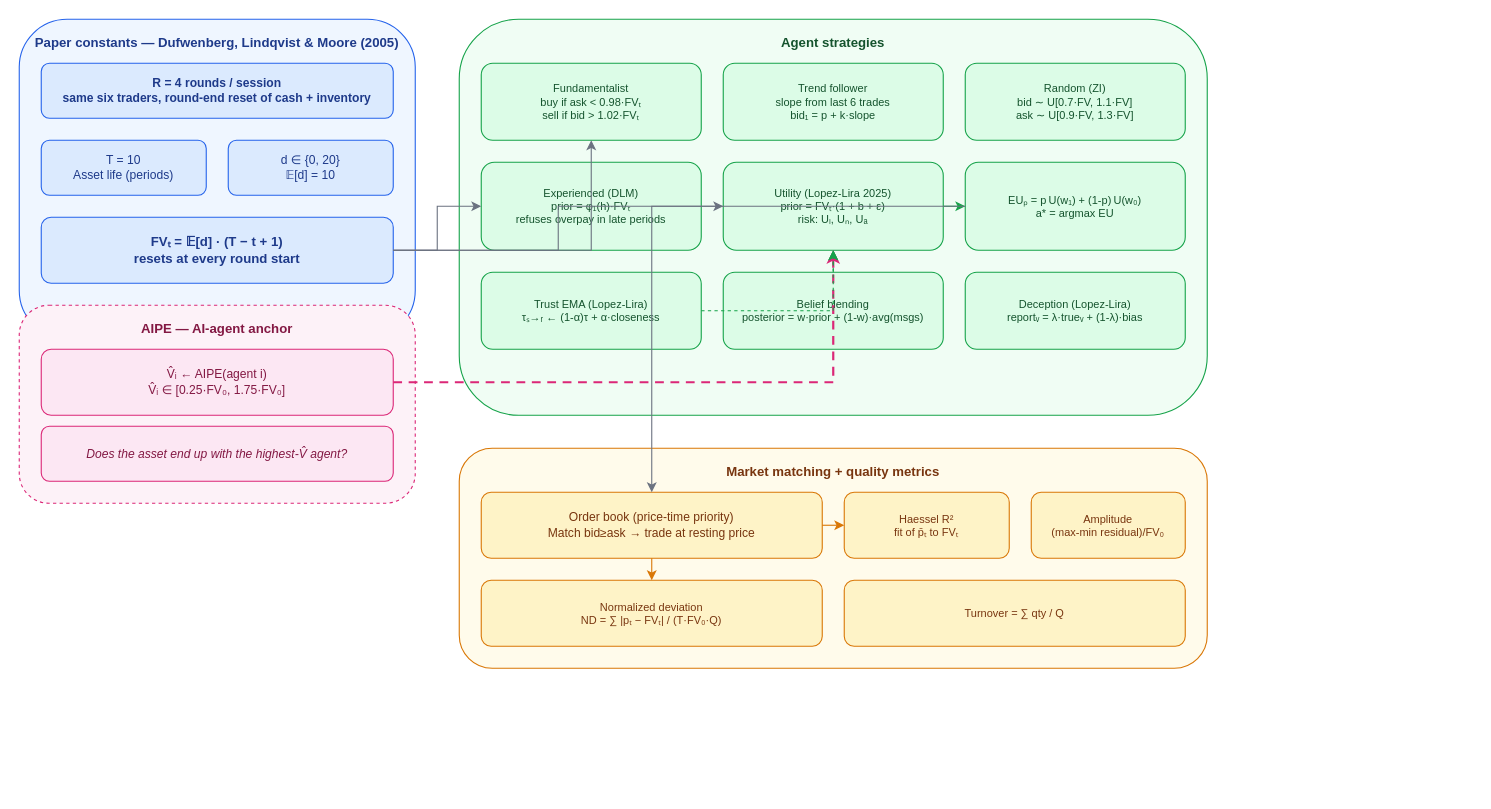
The draw.io diagram architecture.drawio in Mon-ius/bubble, before the edit. Source tidied: cells renumbered, new cells numbered last; positions are measured from the earlier drawing's top-left corner, leaving out a move shared by most shapes. Both pictures are drawn from the tidied source at 110%, with x=0, y=0 at pixel (19, 19).
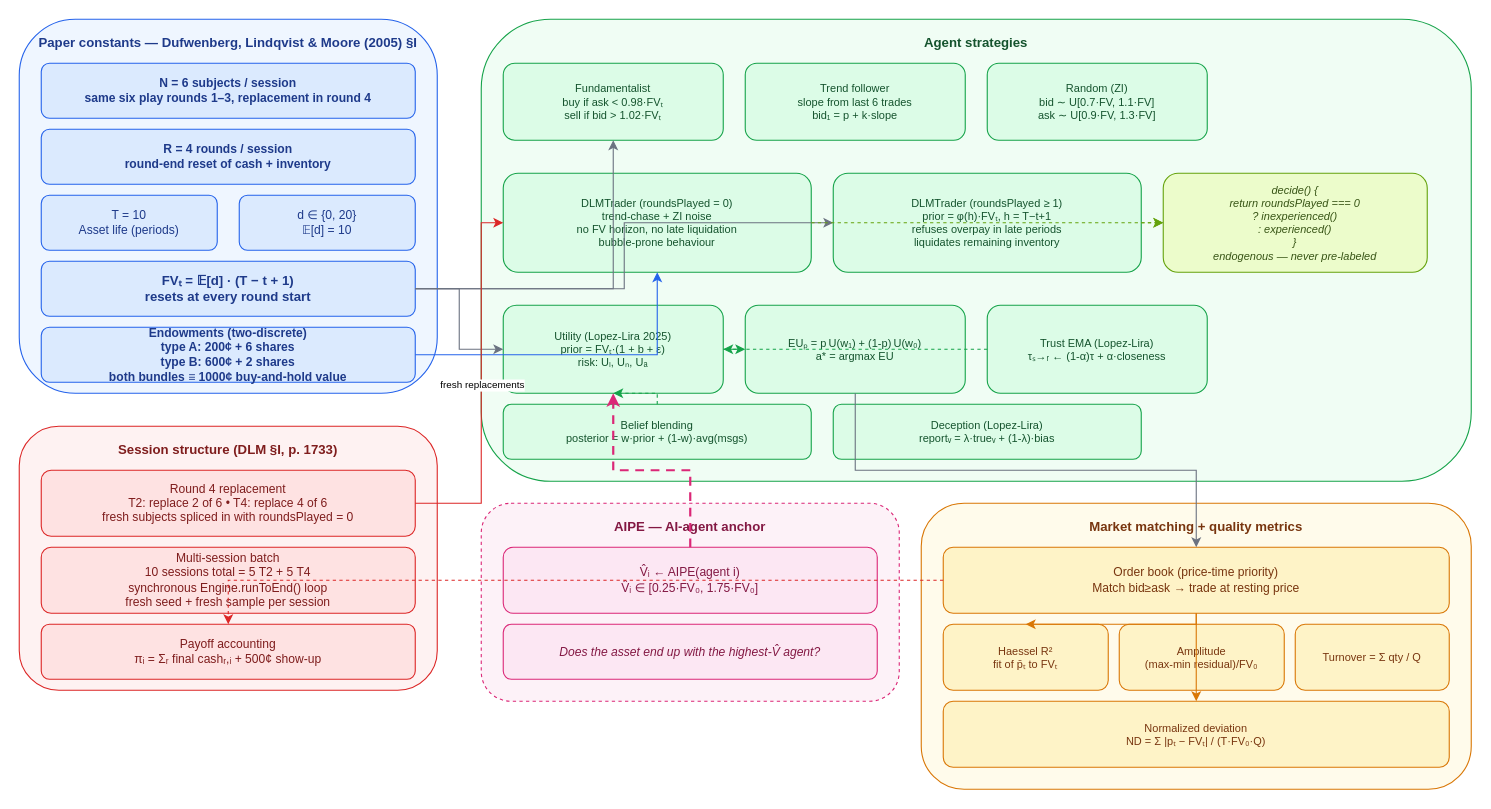
The same diagram, later.

What changed in the source:
```diff
@@
-    <mxCell id="2" value="Paper constants — Dufwenberg, Lindqvist &amp; Moore (2005)" style="rounded=1;whiteSpace=wrap;html=1;fillColor=#eff6ff;strokeColor=#2563eb;fontColor=#1e3a8a;fontStyle=1;fontSize=12;verticalAlign=top;spacingTop=8;" parent="1" vertex="1">
-      <mxGeometry width="360" height="290" as="geometry" />
+    <mxCell id="2" value="Paper constants — Dufwenberg, Lindqvist &amp; Moore (2005) §I" style="rounded=1;whiteSpace=wrap;html=1;fillColor=#eff6ff;strokeColor=#2563eb;fontColor=#1e3a8a;fontStyle=1;fontSize=12;verticalAlign=top;spacingTop=8;" parent="1" vertex="1">
+      <mxGeometry width="380" height="340" as="geometry" />
     </mxCell>
+    <mxCell id="36" value="N = 6 subjects / session&#10;same six play rounds 1–3, replacement in round 4" style="rounded=1;whiteSpace=wrap;html=1;fillColor=#dbeafe;strokeColor=#2563eb;fontColor=#1e3a8a;fontStyle=1;fontSize=11;" parent="1" vertex="1">
+      <mxGeometry x="20" y="40" width="340" height="50" as="geometry" />
+    </mxCell>
-    <mxCell id="3" value="R = 4 rounds / session&#10;same six traders, round-end reset of cash + inventory" style="rounded=1;whiteSpace=wrap;html=1;fillColor=#dbeafe;strokeColor=#2563eb;fontColor=#1e3a8a;fontStyle=1;fontSize=11;" parent="1" vertex="1">
-      <mxGeometry x="20" y="40" width="320" height="50" as="geometry" />
+    <mxCell id="3" value="R = 4 rounds / session&#10;round-end reset of cash + inventory" style="rounded=1;whiteSpace=wrap;html=1;fillColor=#dbeafe;strokeColor=#2563eb;fontColor=#1e3a8a;fontStyle=1;fontSize=11;" parent="1" vertex="1">
+      <mxGeometry x="20" y="100" width="340" height="50" as="geometry" />
     </mxCell>
     <mxCell id="4" value="T = 10&#10;Asset life (periods)" style="rounded=1;whiteSpace=wrap;html=1;fillColor=#dbeafe;strokeColor=#2563eb;fontColor=#1e3a8a;fontSize=11;" parent="1" vertex="1">
-      <mxGeometry x="20" y="110" width="150" height="50" as="geometry" />
+      <mxGeometry x="20" y="160" width="160" height="50" as="geometry" />
     </mxCell>
     <mxCell id="5" value="d ∈ {0, 20}&#10;𝔼[d] = 10" style="rounded=1;whiteSpace=wrap;html=1;fillColor=#dbeafe;strokeColor=#2563eb;fontColor=#1e3a8a;fontSize=11;" parent="1" vertex="1">
-      <mxGeometry x="190" y="110" width="150" height="50" as="geometry" />
+      <mxGeometry x="200" y="160" width="160" height="50" as="geometry" />
     </mxCell>
     <mxCell id="6" value="FVₜ = 𝔼[d] · (T − t + 1)&#10;resets at every round start" style="rounded=1;whiteSpace=wrap;html=1;fillColor=#dbeafe;strokeColor=#2563eb;fontColor=#1e3a8a;fontStyle=1;fontSize=12;" parent="1" vertex="1">
-      <mxGeometry x="20" y="180" width="320" height="60" as="geometry" />
+      <mxGeometry x="20" y="220" width="340" height="50" as="geometry" />
     </mxCell>
+    <mxCell id="37" value="Endowments (two-discrete)&#10;type A: 200¢ + 6 shares&#10;type B: 600¢ + 2 shares&#10;both bundles ≡ 1000¢ buy-and-hold value" style="rounded=1;whiteSpace=wrap;html=1;fillColor=#dbeafe;strokeColor=#2563eb;fontColor=#1e3a8a;fontStyle=1;fontSize=11;" parent="1" vertex="1">
+      <mxGeometry x="20" y="280" width="340" height="50" as="geometry" />
+    </mxCell>
+    <mxCell id="38" value="Session structure (DLM §I, p. 1733)" style="rounded=1;whiteSpace=wrap;html=1;fillColor=#fef2f2;strokeColor=#dc2626;fontColor=#7f1d1d;fontStyle=1;fontSize=12;verticalAlign=top;spacingTop=8;" parent="1" vertex="1">
+      <mxGeometry y="370" width="380" height="240" as="geometry" />
+    </mxCell>
+    <mxCell id="39" value="Round 4 replacement&#10;T2: replace 2 of 6 • T4: replace 4 of 6&#10;fresh subjects spliced in with roundsPlayed = 0" style="rounded=1;whiteSpace=wrap;html=1;fillColor=#fee2e2;strokeColor=#dc2626;fontColor=#7f1d1d;fontSize=11;" parent="1" vertex="1">
+      <mxGeometry x="20" y="410" width="340" height="60" as="geometry" />
+    </mxCell>
+    <mxCell id="40" value="Multi-session batch&#10;10 sessions total = 5 T2 + 5 T4&#10;synchronous Engine.runToEnd() loop&#10;fresh seed + fresh sample per session" style="rounded=1;whiteSpace=wrap;html=1;fillColor=#fee2e2;strokeColor=#dc2626;fontColor=#7f1d1d;fontSize=11;" parent="1" vertex="1">
+      <mxGeometry x="20" y="480" width="340" height="60" as="geometry" />
+    </mxCell>
+    <mxCell id="41" value="Payoff accounting&#10;πᵢ = Σᵣ final cashᵣ,ᵢ + 500¢ show-up" style="rounded=1;whiteSpace=wrap;html=1;fillColor=#fee2e2;strokeColor=#dc2626;fontColor=#7f1d1d;fontSize=11;" parent="1" vertex="1">
+      <mxGeometry x="20" y="550" width="340" height="50" as="geometry" />
+    </mxCell>
     <mxCell id="7" value="Agent strategies" style="rounded=1;whiteSpace=wrap;html=1;fillColor=#f0fdf4;strokeColor=#16a34a;fontColor=#14532d;fontStyle=1;fontSize=12;verticalAlign=top;spacingTop=8;" parent="1" vertex="1">
-      <mxGeometry x="400" width="680" height="360" as="geometry" />
+      <mxGeometry x="420" width="900" height="420" as="geometry" />
     </mxCell>
     <mxCell id="8" value="Fundamentalist&#10;buy if ask &lt; 0.98·FVₜ&#10;sell if bid &gt; 1.02·FVₜ" style="rounded=1;whiteSpace=wrap;html=1;fillColor=#dcfce7;strokeColor=#16a34a;fontColor=#14532d;fontSize=10;" parent="1" vertex="1">
-      <mxGeometry x="420" y="40" width="200" height="70" as="geometry" />
+      <mxGeometry x="440" y="40" width="200" height="70" as="geometry" />
     </mxCell>
     <mxCell id="9" value="Trend follower&#10;slope from last 6 trades&#10;bid₁ = p + k·slope" style="rounded=1;whiteSpace=wrap;html=1;fillColor=#dcfce7;strokeColor=#16a34a;fontColor=#14532d;fontSize=10;" parent="1" vertex="1">
-      <mxGeometry x="640" y="40" width="200" height="70" as="geometry" />
+      <mxGeometry x="660" y="40" width="200" height="70" as="geometry" />
     </mxCell>
     <mxCell id="10" value="Random (ZI)&#10;bid ∼ U[0.7·FV, 1.1·FV]&#10;ask ∼ U[0.9·FV, 1.3·FV]" style="rounded=1;whiteSpace=wrap;html=1;fillColor=#dcfce7;strokeColor=#16a34a;fontColor=#14532d;fontSize=10;" parent="1" vertex="1">
-      <mxGeometry x="860" y="40" width="200" height="70" as="geometry" />
+      <mxGeometry x="880" y="40" width="200" height="70" as="geometry" />
     </mxCell>
-    <mxCell id="11" value="Experienced (DLM)&#10;prior = φ₁(h)·FVₜ&#10;refuses overpay in late periods" style="rounded=1;whiteSpace=wrap;html=1;fillColor=#dcfce7;strokeColor=#16a34a;fontColor=#14532d;fontSize=10;" parent="1" vertex="1">
-      <mxGeometry x="420" y="130" width="200" height="80" as="geometry" />
-    </mxCell>
+    <mxCell id="42" value="DLMTrader (roundsPlayed = 0)&#10;trend-chase + ZI noise&#10;no FV horizon, no late liquidation&#10;bubble-prone behaviour" style="rounded=1;whiteSpace=wrap;html=1;fillColor=#dcfce7;strokeColor=#16a34a;fontColor=#14532d;fontSize=10;" parent="1" vertex="1">
+      <mxGeometry x="440" y="140" width="280" height="90" as="geometry" />
+    </mxCell>
+    <mxCell id="43" value="DLMTrader (roundsPlayed ≥ 1)&#10;prior = φ(h)·FVₜ, h = T−t+1&#10;refuses overpay in late periods&#10;liquidates remaining inventory" style="rounded=1;whiteSpace=wrap;html=1;fillColor=#dcfce7;strokeColor=#16a34a;fontColor=#14532d;fontSize=10;" parent="1" vertex="1">
+      <mxGeometry x="740" y="140" width="280" height="90" as="geometry" />
+    </mxCell>
+    <mxCell id="44" value="decide() {&#10;  return roundsPlayed === 0&#10;    ? inexperienced()&#10;    : experienced()&#10;}&#10;endogenous — never pre-labeled" style="rounded=1;whiteSpace=wrap;html=1;fillColor=#ecfccb;strokeColor=#65a30d;fontColor=#365314;fontSize=10;fontStyle=2;" parent="1" vertex="1">
+      <mxGeometry x="1040" y="140" width="240" height="90" as="geometry" />
+    </mxCell>
     <mxCell id="12" value="Utility (Lopez-Lira 2025)&#10;prior = FVₜ·(1 + b + ε)&#10;risk: Uₗ, Uₙ, Uₐ" style="rounded=1;whiteSpace=wrap;html=1;fillColor=#dcfce7;strokeColor=#16a34a;fontColor=#14532d;fontSize=10;" parent="1" vertex="1">
-      <mxGeometry x="640" y="130" width="200" height="80" as="geometry" />
+      <mxGeometry x="440" y="260" width="200" height="80" as="geometry" />
     </mxCell>
     <mxCell id="13" value="EUₚ = p U(w₁) + (1-p) U(w₀)&#10;a* = argmax EU" style="rounded=1;whiteSpace=wrap;html=1;fillColor=#dcfce7;strokeColor=#16a34a;fontColor=#14532d;fontSize=10;" parent="1" vertex="1">
-      <mxGeometry x="860" y="130" width="200" height="80" as="geometry" />
+      <mxGeometry x="660" y="260" width="200" height="80" as="geometry" />
     </mxCell>
     <mxCell id="14" value="Trust EMA (Lopez-Lira)&#10;τₛ→ᵣ ← (1-α)τ + α·closeness" style="rounded=1;whiteSpace=wrap;html=1;fillColor=#dcfce7;strokeColor=#16a34a;fontColor=#14532d;fontSize=10;" parent="1" vertex="1">
-      <mxGeometry x="420" y="230" width="200" height="70" as="geometry" />
+      <mxGeometry x="880" y="260" width="200" height="80" as="geometry" />
     </mxCell>
     <mxCell id="15" value="Belief blending&#10;posterior = w·prior + (1-w)·avg(msgs)" style="rounded=1;whiteSpace=wrap;html=1;fillColor=#dcfce7;strokeColor=#16a34a;fontColor=#14532d;fontSize=10;" parent="1" vertex="1">
-      <mxGeometry x="640" y="230" width="200" height="70" as="geometry" />
+      <mxGeometry x="440" y="350" width="280" height="50" as="geometry" />
     </mxCell>
     <mxCell id="16" value="Deception (Lopez-Lira)&#10;reportᵥ = λ·trueᵥ + (1-λ)·bias" style="rounded=1;whiteSpace=wrap;html=1;fillColor=#dcfce7;strokeColor=#16a34a;fontColor=#14532d;fontSize=10;" parent="1" vertex="1">
-      <mxGeometry x="860" y="230" width="200" height="70" as="geometry" />
+      <mxGeometry x="740" y="350" width="280" height="50" as="geometry" />
     </mxCell>
     <mxCell id="17" value="AIPE — AI-agent anchor" style="rounded=1;whiteSpace=wrap;html=1;fillColor=#fdf2f8;strokeColor=#db2777;strokeDasharray=5 5;fontColor=#831843;fontStyle=1;fontSize=12;verticalAlign=top;spacingTop=8;dashed=1;" parent="1" vertex="1">
-      <mxGeometry y="260" width="360" height="180" as="geometry" />
+      <mxGeometry x="420" y="440" width="380" height="180" as="geometry" />
     </mxCell>
     <mxCell id="18" value="V̂ᵢ ← AIPE(agent i)&#10;V̂ᵢ ∈ [0.25·FV₀, 1.75·FV₀]" style="rounded=1;whiteSpace=wrap;html=1;fillColor=#fce7f3;strokeColor=#db2777;fontColor=#831843;fontSize=11;" parent="1" vertex="1">
-      <mxGeometry x="20" y="300" width="320" height="60" as="geometry" />
+      <mxGeometry x="440" y="480" width="340" height="60" as="geometry" />
     </mxCell>
     <mxCell id="19" value="Does the asset end up with the highest-V̂ agent?" style="rounded=1;whiteSpace=wrap;html=1;fillColor=#fce7f3;strokeColor=#db2777;fontColor=#831843;fontSize=11;fontStyle=2;" parent="1" vertex="1">
-      <mxGeometry x="20" y="370" width="320" height="50" as="geometry" />
+      <mxGeometry x="440" y="550" width="340" height="50" as="geometry" />
     </mxCell>
     <mxCell id="20" value="Market matching + quality metrics" style="rounded=1;whiteSpace=wrap;html=1;fillColor=#fffbeb;strokeColor=#d97706;fontColor=#78350f;fontStyle=1;fontSize=12;verticalAlign=top;spacingTop=8;" parent="1" vertex="1">
-      <mxGeometry x="400" y="390" width="680" height="200" as="geometry" />
+      <mxGeometry x="820" y="440" width="500" height="260" as="geometry" />
     </mxCell>
     <mxCell id="21" value="Order book (price-time priority)&#10;Match bid≥ask → trade at resting price" style="rounded=1;whiteSpace=wrap;html=1;fillColor=#fef3c7;strokeColor=#d97706;fontColor=#78350f;fontSize=11;" parent="1" vertex="1">
-      <mxGeometry x="420" y="430" width="310" height="60" as="geometry" />
+      <mxGeometry x="840" y="480" width="460" height="60" as="geometry" />
     </mxCell>
     <mxCell id="22" value="Haessel R²&#10;fit of p̄ₜ to FVₜ" style="rounded=1;whiteSpace=wrap;html=1;fillColor=#fef3c7;strokeColor=#d97706;fontColor=#78350f;fontSize=10;" parent="1" vertex="1">
-      <mxGeometry x="750" y="430" width="150" height="60" as="geometry" />
+      <mxGeometry x="840" y="550" width="150" height="60" as="geometry" />
     </mxCell>
     <mxCell id="23" value="Amplitude&#10;(max-min residual)/FV₀" style="rounded=1;whiteSpace=wrap;html=1;fillColor=#fef3c7;strokeColor=#d97706;fontColor=#78350f;fontSize=10;" parent="1" vertex="1">
-      <mxGeometry x="920" y="430" width="140" height="60" as="geometry" />
+      <mxGeometry x="1000" y="550" width="150" height="60" as="geometry" />
     </mxCell>
+    <mxCell id="25" value="Turnover = Σ qty / Q" style="rounded=1;whiteSpace=wrap;html=1;fillColor=#fef3c7;strokeColor=#d97706;fontColor=#78350f;fontSize=10;" parent="1" vertex="1">
+      <mxGeometry x="1160" y="550" width="140" height="60" as="geometry" />
+    </mxCell>
-    <mxCell id="24" value="Normalized deviation&#10;ND = ∑ |pₜ − FVₜ| / (T·FV₀·Q)" style="rounded=1;whiteSpace=wrap;html=1;fillColor=#fef3c7;strokeColor=#d97706;fontColor=#78350f;fontSize=10;" parent="1" vertex="1">
-      <mxGeometry x="420" y="510" width="310" height="60" as="geometry" />
+    <mxCell id="24" value="Normalized deviation&#10;ND = Σ |pₜ − FVₜ| / (T·FV₀·Q)" style="rounded=1;whiteSpace=wrap;html=1;fillColor=#fef3c7;strokeColor=#d97706;fontColor=#78350f;fontSize=10;" parent="1" vertex="1">
+      <mxGeometry x="840" y="620" width="460" height="60" as="geometry" />
     </mxCell>
-    <mxCell id="25" value="Turnover = ∑ qty / Q" style="rounded=1;whiteSpace=wrap;html=1;fillColor=#fef3c7;strokeColor=#d97706;fontColor=#78350f;fontSize=10;" parent="1" vertex="1">
-      <mxGeometry x="750" y="510" width="310" height="60" as="geometry" />
-    </mxCell>
@@
-    <mxCell id="27" style="edgeStyle=orthogonalEdgeStyle;rounded=0;jettySize=auto;html=1;endArrow=classic;strokeColor=#6b7280;" parent="1" edge="1" source="6" target="11">
-      <mxGeometry relative="1" as="geometry" />
-    </mxCell>
+    <mxCell id="45" style="edgeStyle=orthogonalEdgeStyle;rounded=0;jettySize=auto;html=1;endArrow=classic;strokeColor=#6b7280;" parent="1" edge="1" source="6" target="43">
+      <mxGeometry relative="1" as="geometry" />
+    </mxCell>
@@
+    <mxCell id="46" style="edgeStyle=orthogonalEdgeStyle;rounded=0;jettySize=auto;html=1;endArrow=classic;strokeColor=#2563eb;" parent="1" edge="1" source="37" target="42">
+      <mxGeometry relative="1" as="geometry" />
+    </mxCell>
+    <mxCell id="47" style="edgeStyle=orthogonalEdgeStyle;rounded=0;html=1;endArrow=classic;strokeColor=#65a30d;dashed=1;" parent="1" edge="1" source="42" target="44">
+      <mxGeometry relative="1" as="geometry" />
+    </mxCell>
+    <mxCell id="48" style="edgeStyle=orthogonalEdgeStyle;rounded=0;html=1;endArrow=classic;strokeColor=#65a30d;dashed=1;" parent="1" edge="1" source="43" target="44">
+      <mxGeometry relative="1" as="geometry" />
+    </mxCell>
+    <mxCell id="49" style="edgeStyle=orthogonalEdgeStyle;rounded=0;html=1;endArrow=classic;strokeColor=#dc2626;fontColor=#7f1d1d;fontSize=10;" parent="1" edge="1" source="39" target="42">
+      <mxGeometry relative="1" as="geometry">
+        <Array as="points">
+          <mxPoint x="420" y="440" />
+          <mxPoint x="420" y="185" />
+        </Array>
+      </mxGeometry>
+    </mxCell>
+    <mxCell id="50" value="fresh replacements" style="edgeLabel;html=1;align=center;verticalAlign=middle;fontSize=9;" parent="49" vertex="1">
+      <mxGeometry relative="1" as="geometry" />
+    </mxCell>
@@
+    <mxCell id="51" style="edgeStyle=orthogonalEdgeStyle;rounded=0;html=1;endArrow=classic;strokeColor=#dc2626;dashed=1;" parent="1" edge="1" source="21" target="41">
+      <mxGeometry relative="1" as="geometry" />
+    </mxCell>
```
